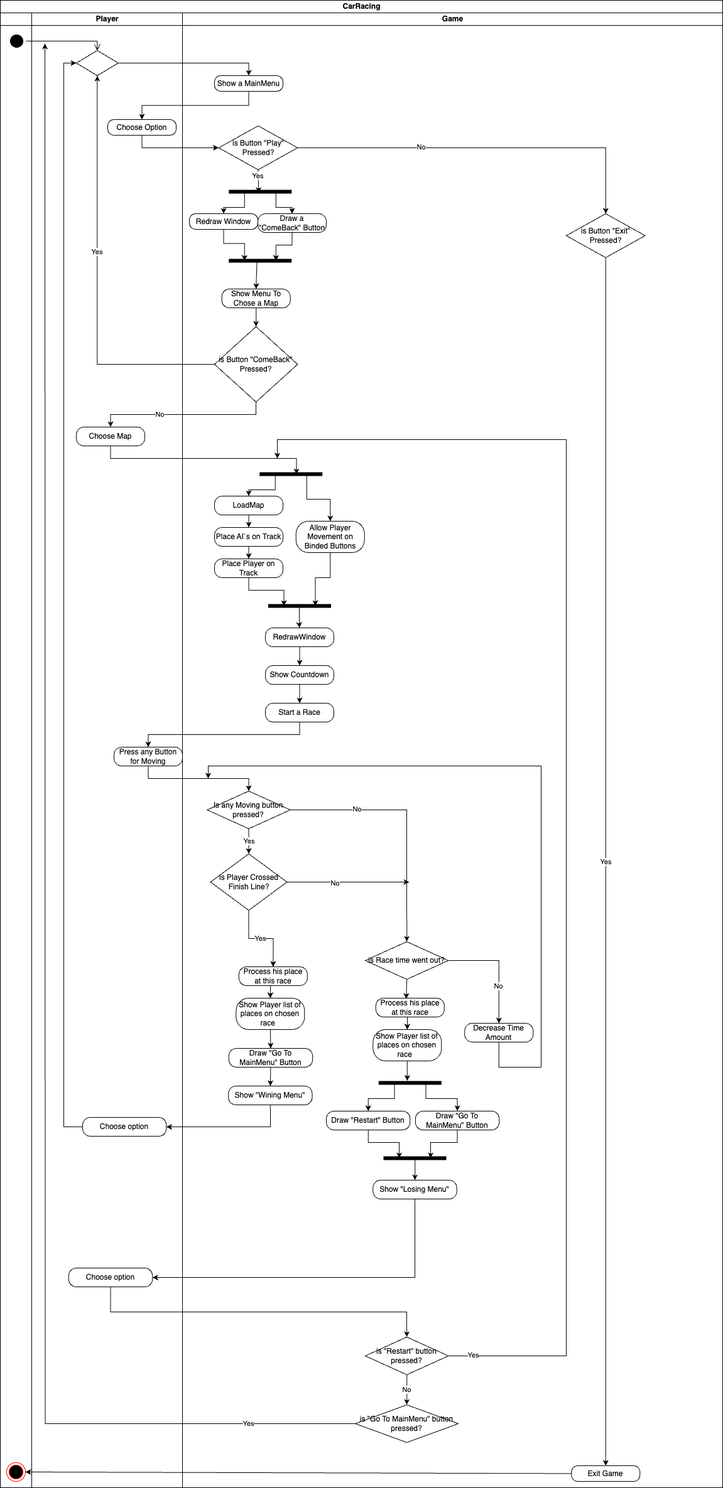
The draw.io diagram docs/Activity/Activity_Diagram.png in PanLipton/-KNU-Car-Rasing, before a commit. Source tidied: cells renumbered, new cells last; positions are measured from the earlier drawing's top-left corner, leaving out a move shared by most shapes.
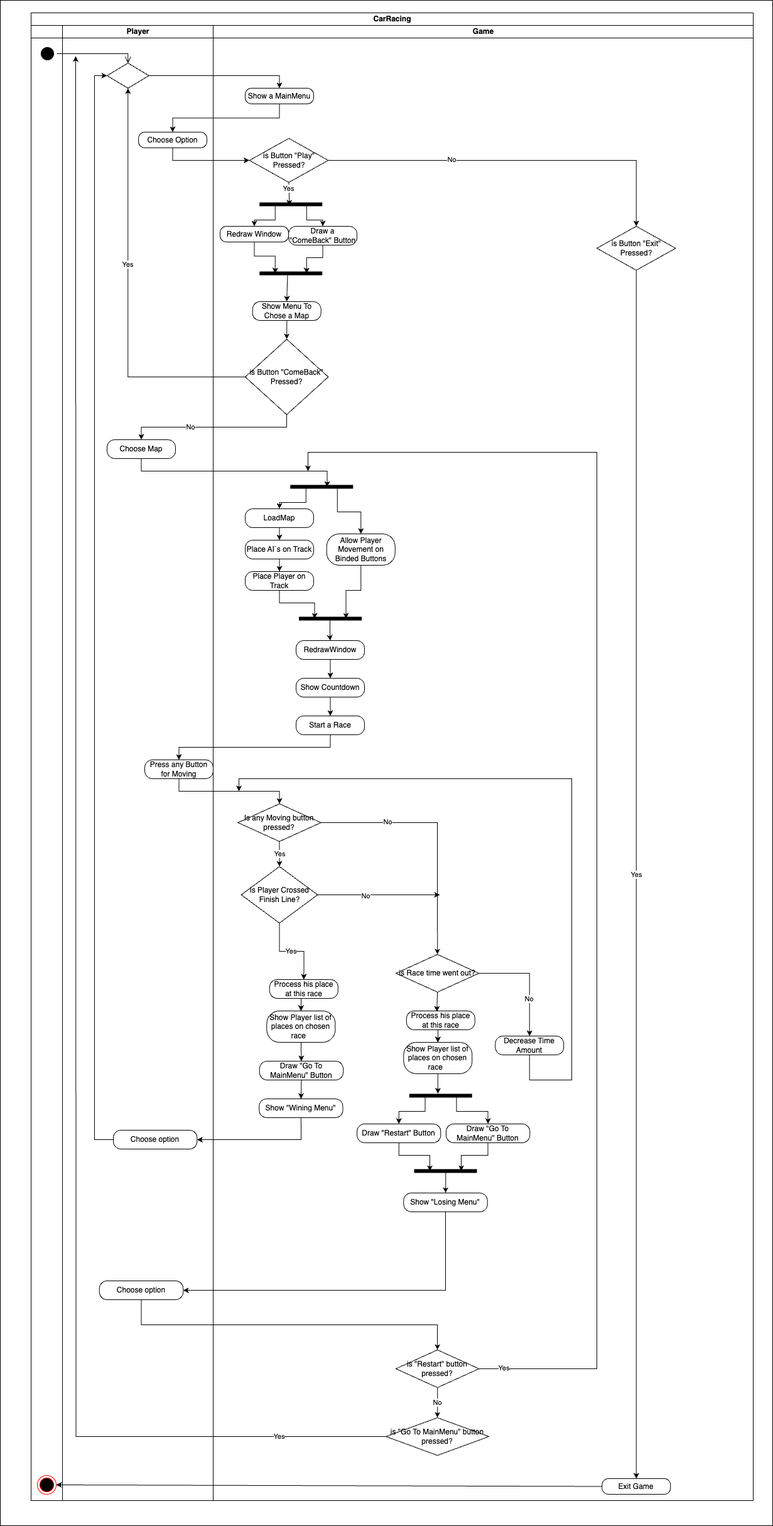
Later version of the same file.

Diff of the diagram source:
```diff
@@ -2,6 +2,9 @@
   <root>
     <mxCell id="0" />
     <mxCell id="1" parent="0" />
+    <mxCell id="110" style="rounded=0;whiteSpace=wrap;html=1;" parent="1" vertex="1">
+      <mxGeometry x="-49" y="-20" width="1230" height="2430" as="geometry" />
+    </mxCell>
     <mxCell id="2" value="CarRacing" style="swimlane;startSize=20;html=1;" parent="1" vertex="1">
       <mxGeometry width="1150" height="2370" as="geometry" />
     </mxCell>
```
